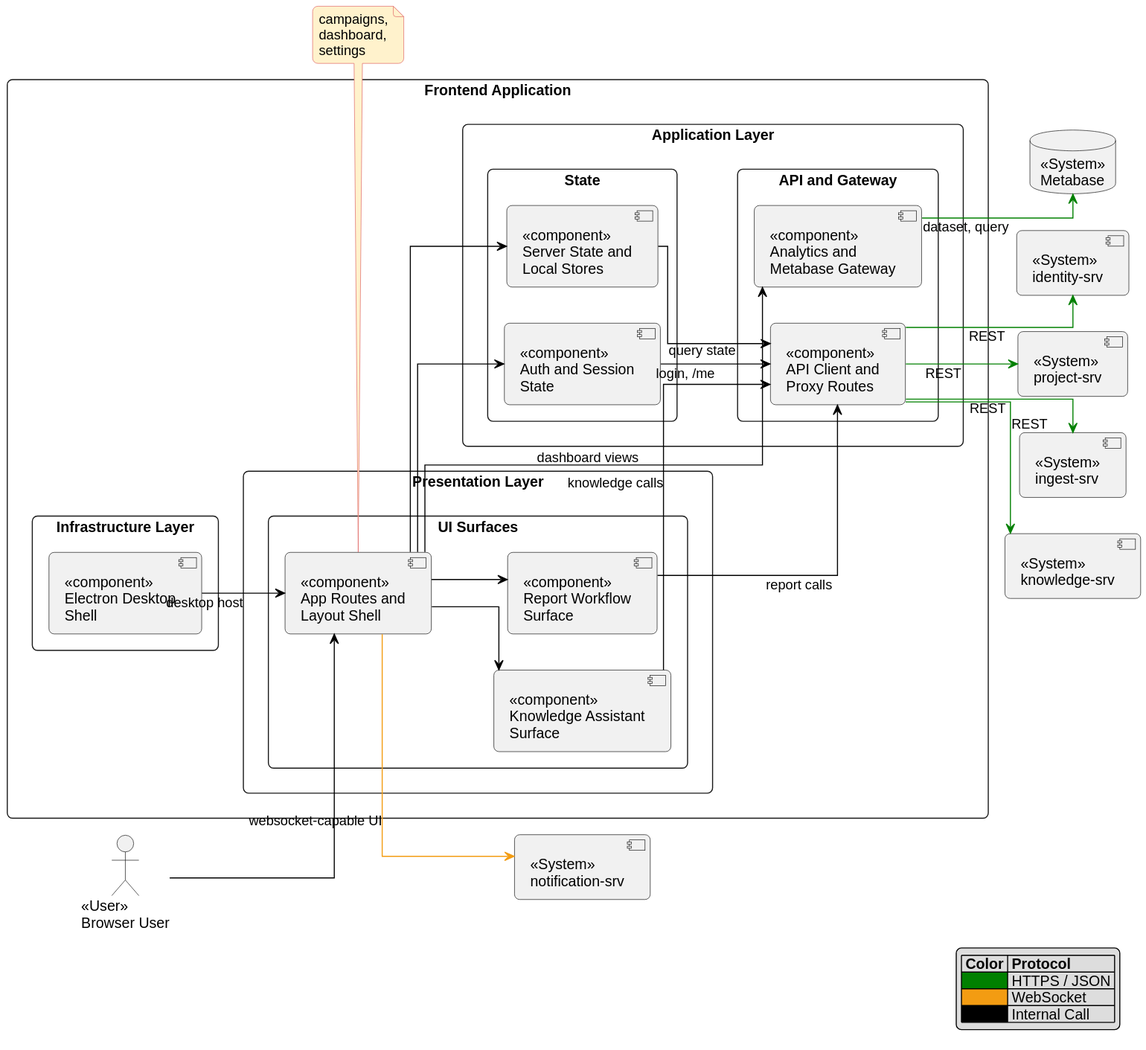
smap-hcmut/report keeps this PlantUML diagram as final-report/images/chapter_5/c4-frontend-application-component-diagram.svg. Above is the earlier version. Its diagram source:
```plantuml
@startuml
skinparam defaultFontName Arial
skinparam shadowing false
skinparam componentStyle uml2
skinparam packageStyle rectangle
skinparam roundcorner 10
skinparam linetype ortho
skinparam noteBackgroundColor #FFF2CC
skinparam noteBorderColor #E06666
left to right direction

rectangle "Frontend Application" {
  package "Presentation Layer" {
    package "UI Surfaces" {
      component "«component»\nApp Routes and\nLayout Shell" as fe_routes
      component "«component»\nKnowledge Assistant\nSurface" as fe_assistant
      component "«component»\nReport Workflow\nSurface" as fe_reports
    }
  }

  package "Application Layer" {
    package "State" {
      component "«component»\nAuth and Session\nState" as fe_auth
      component "«component»\nServer State and\nLocal Stores" as fe_state
    }
    package "API and Gateway" {
      component "«component»\nAPI Client and\nProxy Routes" as fe_api
      component "«component»\nAnalytics and\nMetabase Gateway" as fe_analytics
    }
  }

  package "Infrastructure Layer" {
    component "«component»\nElectron Desktop\nShell" as fe_electron
  }
}

actor "«User»\nBrowser User" as fe_user
database "«System»\nMetabase" as fe_metabase
component "«System»\nidentity-srv" as fe_identity
component "«System»\nproject-srv" as fe_project
component "«System»\ningest-srv" as fe_ingest
component "«System»\nknowledge-srv" as fe_knowledge
component "«System»\nnotification-srv" as fe_notification

fe_user -[#000000]-> fe_routes
fe_routes -[#000000]-> fe_auth
fe_routes -[#000000]-> fe_state
fe_routes -[#000000]-> fe_assistant
fe_routes -[#000000]-> fe_reports
fe_assistant -[#000000]-> fe_api : knowledge calls
fe_reports -[#000000]-> fe_api : report calls
fe_auth -[#000000]-> fe_api : login, /me
fe_state -[#000000]-> fe_api : query state
fe_routes -[#000000]-> fe_analytics : dashboard views
fe_analytics -[#008000]-> fe_metabase : dataset, query
fe_api -[#008000]-> fe_identity : REST
fe_api -[#008000]-> fe_project : REST
fe_api -[#008000]-> fe_ingest : REST
fe_api -[#008000]-> fe_knowledge : REST
fe_routes -[#F39C12]-> fe_notification : websocket-capable UI
fe_electron -[#000000]-> fe_routes : desktop host

note bottom of fe_routes
campaigns,
dashboard,
settings
end note

legend right
|= Color |= Protocol |
|<#008000>  | HTTPS / JSON |
|<#F39C12>  | WebSocket |
|<#000000>  | Internal Call |
endlegend
@enduml
```
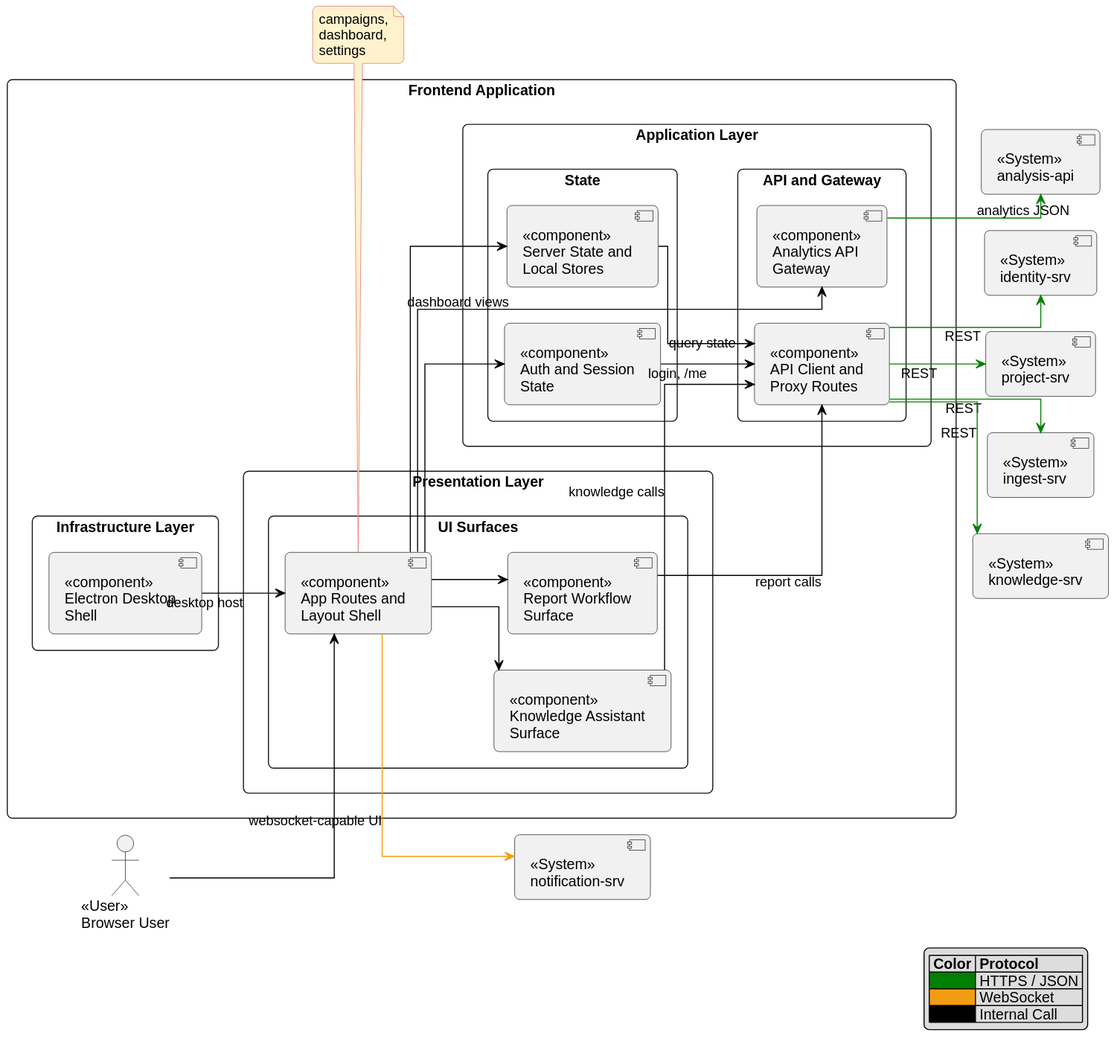
After the change.

The edit, as a diff of the source:
```diff
@@ -25,7 +25,7 @@
     }
     package "API and Gateway" {
       component "«component»\nAPI Client and\nProxy Routes" as fe_api
-      component "«component»\nAnalytics and\nMetabase Gateway" as fe_analytics
+      component "«component»\nAnalytics API\nGateway" as fe_analytics
     }
   }
 
@@ -35,7 +35,7 @@
 }
 
 actor "«User»\nBrowser User" as fe_user
-database "«System»\nMetabase" as fe_metabase
+component "«System»\nanalysis-api" as fe_analysis
 component "«System»\nidentity-srv" as fe_identity
 component "«System»\nproject-srv" as fe_project
 component "«System»\ningest-srv" as fe_ingest
@@ -52,7 +52,7 @@
 fe_auth -[#000000]-> fe_api : login, /me
 fe_state -[#000000]-> fe_api : query state
 fe_routes -[#000000]-> fe_analytics : dashboard views
-fe_analytics -[#008000]-> fe_metabase : dataset, query
+fe_analytics -[#008000]-> fe_analysis : analytics JSON
 fe_api -[#008000]-> fe_identity : REST
 fe_api -[#008000]-> fe_project : REST
 fe_api -[#008000]-> fe_ingest : REST
```
